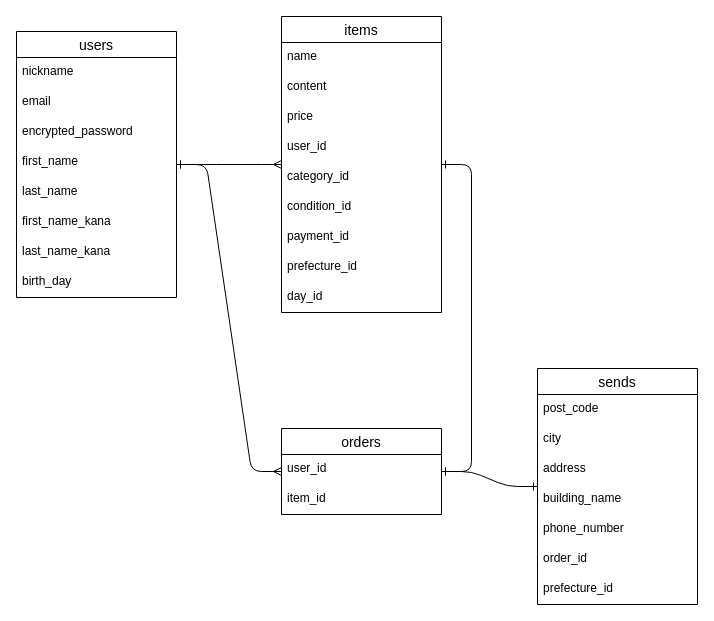
Above: ER.dio in ryutanishioka/furima-37924 (draw.io), before the change. Source tidied: cells renumbered, new cells numbered last; positions are measured from the earlier drawing's top-left corner, leaving out a move shared by most shapes. Both pictures are drawn from the tidied source at 100%, with x=0, y=0 at pixel (16, 16).
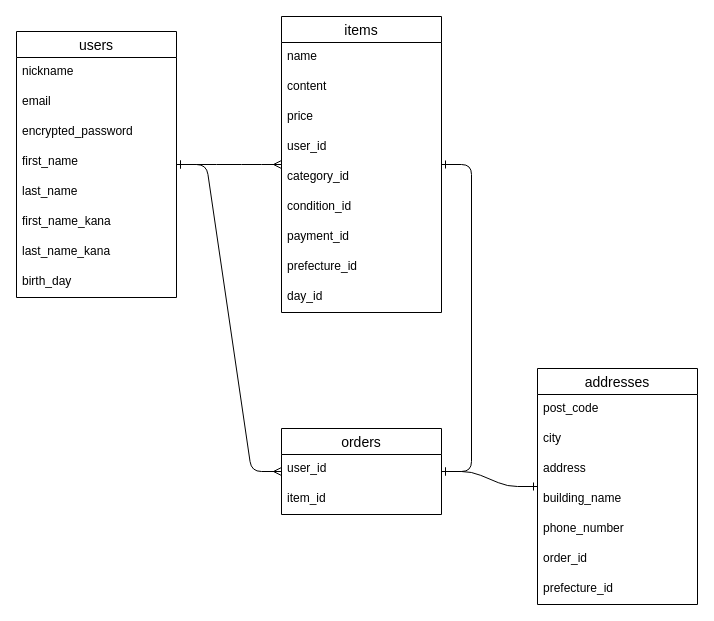
The same page after the edit.

What changed in the source:
```diff
@@
-    <mxCell id="24" value="sends" style="swimlane;fontStyle=0;horizontal=1;startSize=26;align=center;fontSize=14;" parent="1" vertex="1">
+    <mxCell id="24" value="addresses" style="swimlane;fontStyle=0;horizontal=1;startSize=26;align=center;fontSize=14;" parent="1" vertex="1">
       <mxGeometry x="521" y="352" width="160" height="236" as="geometry" />
     </mxCell>
```
